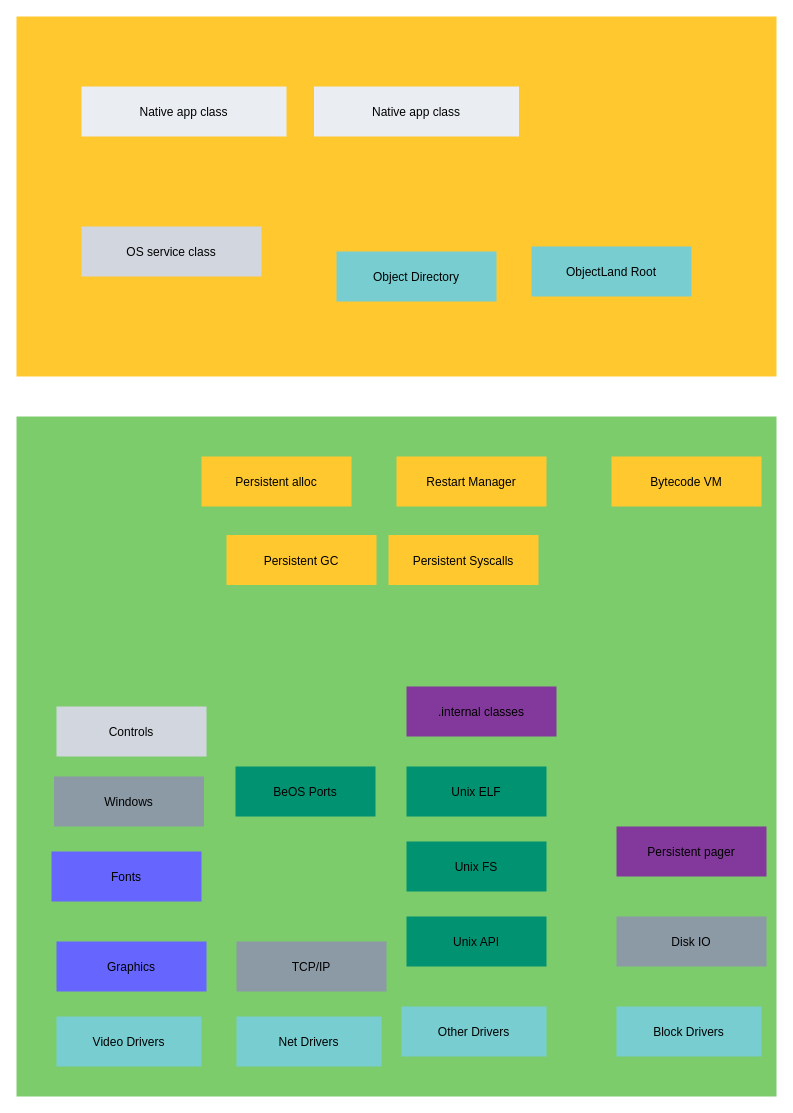
dzavalishin/phantomuserland keeps this draw.io diagram as doc/diagrams/PhantomComponents.drawio. Above is the earlier version. Source tidied: cells renumbered, new cells numbered last; positions are measured from the earlier drawing's top-left corner, leaving out a move shared by most shapes. Both pictures are drawn from the tidied source at 100%, with x=0, y=0 at pixel (16, 16).
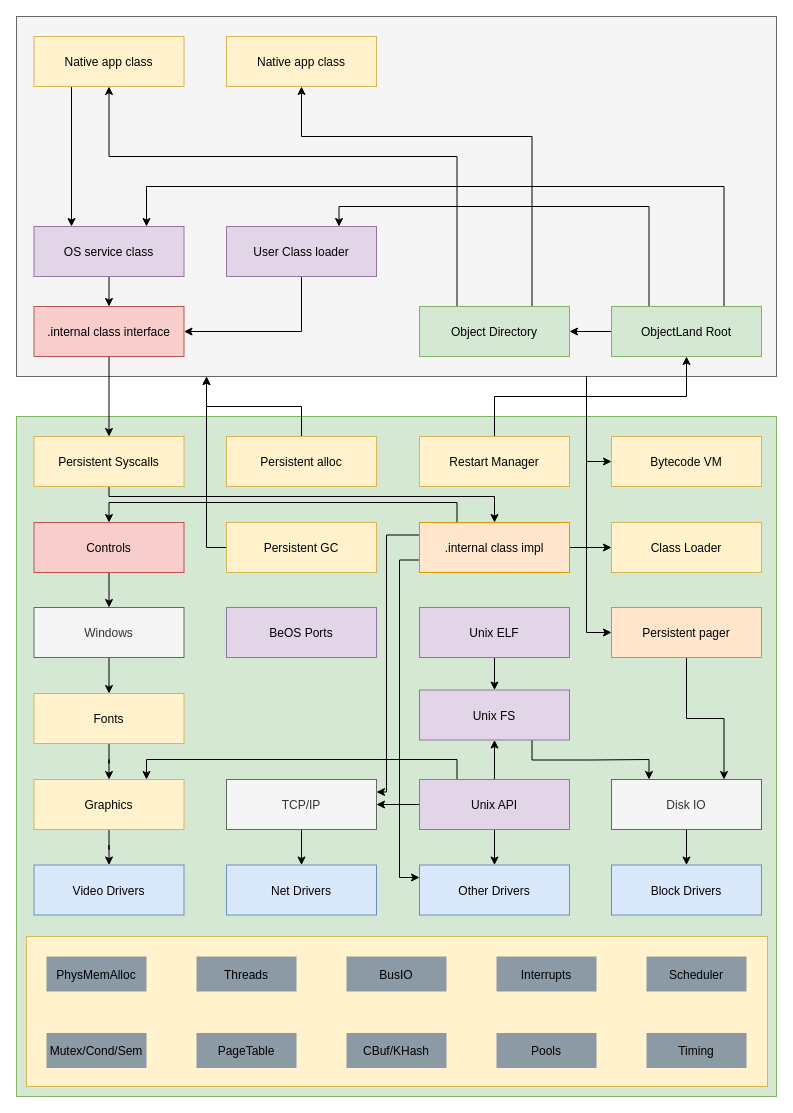
The same diagram, later.

Change to the diagram source:
```diff
@@
-    <mxCell id="2" style="fillColor=#FFC82E;strokeColor=none;" parent="1" vertex="1">
+    <mxCell id="2" style="fillColor=#f5f5f5;strokeColor=#666666;fontColor=#333333;" parent="1" vertex="1">
       <mxGeometry width="760" height="360" as="geometry" />
     </mxCell>
-    <mxCell id="3" style="fillColor=#7CCC6C;strokeColor=none;" parent="1" vertex="1">
+    <mxCell id="3" style="fillColor=#d5e8d4;strokeColor=#82b366;" parent="1" vertex="1">
       <mxGeometry y="400" width="760" height="680" as="geometry" />
     </mxCell>
+    <mxCell id="30" style="edgeStyle=orthogonalEdgeStyle;rounded=0;jettySize=auto;html=1;exitX=0.5;exitY=1;exitDx=0;exitDy=0;entryX=0.5;entryY=0;entryDx=0;entryDy=0;" parent="1" edge="1" source="4" target="6">
+      <mxGeometry relative="1" as="geometry" />
+    </mxCell>
-    <mxCell id="4" value="Disk IO" style="fillColor=#8C9AA6;strokeColor=none;" parent="1" vertex="1">
-      <mxGeometry x="600" y="900" width="150" height="50" as="geometry" />
+    <mxCell id="4" value="Disk IO" style="fillColor=#f5f5f5;strokeColor=#666666;fontColor=#333333;imageHeight=24;imageWidth=120;" parent="1" vertex="1">
+      <mxGeometry x="595" y="763" width="150" height="50" as="geometry" />
     </mxCell>
+    <mxCell id="31" style="edgeStyle=orthogonalEdgeStyle;rounded=0;jettySize=auto;html=1;exitX=0.5;exitY=1;exitDx=0;exitDy=0;entryX=0.75;entryY=0;entryDx=0;entryDy=0;" parent="1" edge="1" source="5" target="4">
+      <mxGeometry relative="1" as="geometry" />
+    </mxCell>
-    <mxCell id="5" value="Persistent pager" style="fillColor=#83389B;strokeColor=none;" parent="1" vertex="1">
-      <mxGeometry x="600" y="810" width="150" height="50" as="geometry" />
+    <mxCell id="5" value="Persistent pager" style="fillColor=#ffe6cc;strokeColor=#d79b00;imageHeight=24;imageWidth=120;" parent="1" vertex="1">
+      <mxGeometry x="595" y="591" width="150" height="50" as="geometry" />
     </mxCell>
-    <mxCell id="6" value="Block Drivers" style="fillColor=#78CDD1;strokeColor=none;" parent="1" vertex="1">
-      <mxGeometry x="600" y="990" width="145" height="50" as="geometry" />
+    <mxCell id="6" value="Block Drivers" style="fillColor=#dae8fc;strokeColor=#6c8ebf;imageHeight=24;imageWidth=120;" parent="1" vertex="1">
+      <mxGeometry x="595" y="848.5" width="150" height="50" as="geometry" />
     </mxCell>
-    <mxCell id="7" value="Bytecode VM" style="fillColor=#FFC82E;strokeColor=none;" parent="1" vertex="1">
-      <mxGeometry x="595" y="440" width="150" height="50" as="geometry" />
+    <mxCell id="7" value="Bytecode VM" style="fillColor=#fff2cc;strokeColor=#d6b656;imageHeight=24;imageWidth=120;" parent="1" vertex="1">
+      <mxGeometry x="595" y="420" width="150" height="50" as="geometry" />
     </mxCell>
-    <mxCell id="8" value="Video Drivers" style="fillColor=#78CDD1;strokeColor=none;" parent="1" vertex="1">
-      <mxGeometry x="40" y="1000" width="145" height="50" as="geometry" />
+    <mxCell id="8" value="Video Drivers" style="fillColor=#dae8fc;strokeColor=#6c8ebf;imageHeight=24;imageWidth=120;" parent="1" vertex="1">
+      <mxGeometry x="17.5" y="848.5" width="150" height="50" as="geometry" />
     </mxCell>
+    <mxCell id="32" style="edgeStyle=orthogonalEdgeStyle;rounded=0;jettySize=auto;html=1;exitX=0.5;exitY=0;exitDx=0;exitDy=0;" parent="1" edge="1" source="9" target="28">
+      <mxGeometry relative="1" as="geometry" />
+    </mxCell>
-    <mxCell id="9" value="Restart Manager" style="fillColor=#FFC82E;strokeColor=none;" parent="1" vertex="1">
-      <mxGeometry x="380" y="440" width="150" height="50" as="geometry" />
+    <mxCell id="9" value="Restart Manager" style="fillColor=#fff2cc;strokeColor=#d6b656;imageHeight=24;imageWidth=120;" parent="1" vertex="1">
+      <mxGeometry x="403" y="420" width="150" height="50" as="geometry" />
     </mxCell>
+    <mxCell id="33" style="edgeStyle=orthogonalEdgeStyle;rounded=0;jettySize=auto;html=1;exitX=0.5;exitY=0;exitDx=0;exitDy=0;entryX=0.25;entryY=1;entryDx=0;entryDy=0;" parent="1" edge="1" source="10" target="2">
+      <mxGeometry relative="1" as="geometry" />
+    </mxCell>
-    <mxCell id="10" value="Persistent alloc" style="fillColor=#FFC82E;strokeColor=none;" parent="1" vertex="1">
-      <mxGeometry x="185" y="440" width="150" height="50" as="geometry" />
+    <mxCell id="10" value="Persistent alloc" style="fillColor=#fff2cc;strokeColor=#d6b656;imageHeight=24;imageWidth=120;" parent="1" vertex="1">
+      <mxGeometry x="210" y="420" width="150" height="50" as="geometry" />
     </mxCell>
+    <mxCell id="34" style="edgeStyle=orthogonalEdgeStyle;rounded=0;jettySize=auto;html=1;exitX=0;exitY=0.5;exitDx=0;exitDy=0;" parent="1" edge="1" source="11">
+      <mxGeometry relative="1" as="geometry">
+        <mxPoint x="190" y="360" as="targetPoint" />
+      </mxGeometry>
+    </mxCell>
-    <mxCell id="11" value="Persistent GC" style="fillColor=#FFC82E;strokeColor=none;" parent="1" vertex="1">
-      <mxGeometry x="210" y="518.5" width="150" height="50" as="geometry" />
+    <mxCell id="11" value="Persistent GC" style="fillColor=#fff2cc;strokeColor=#d6b656;imageHeight=24;imageWidth=120;" parent="1" vertex="1">
+      <mxGeometry x="210" y="506" width="150" height="50" as="geometry" />
     </mxCell>
+    <mxCell id="35" style="edgeStyle=orthogonalEdgeStyle;rounded=0;jettySize=auto;html=1;exitX=0.5;exitY=1;exitDx=0;exitDy=0;entryX=0.5;entryY=0;entryDx=0;entryDy=0;" parent="1" edge="1" source="12" target="15">
+      <mxGeometry relative="1" as="geometry" />
+    </mxCell>
-    <mxCell id="12" value="Windows" style="fillColor=#8C9AA6;strokeColor=none;" parent="1" vertex="1">
-      <mxGeometry x="37.5" y="760" width="150" height="50" as="geometry" />
+    <mxCell id="12" value="Windows" style="fillColor=#f5f5f5;strokeColor=#666666;fontColor=#333333;imageHeight=24;imageWidth=120;" parent="1" vertex="1">
+      <mxGeometry x="17.5" y="591" width="150" height="50" as="geometry" />
     </mxCell>
+    <mxCell id="36" style="edgeStyle=orthogonalEdgeStyle;rounded=0;jettySize=auto;html=1;exitX=0.5;exitY=1;exitDx=0;exitDy=0;entryX=0.5;entryY=0;entryDx=0;entryDy=0;" parent="1" edge="1" source="13" target="12">
+      <mxGeometry relative="1" as="geometry" />
+    </mxCell>
-    <mxCell id="13" value="Controls" style="fillColor=#D2D6DF;strokeColor=none;" parent="1" vertex="1">
-      <mxGeometry x="40" y="690" width="150" height="50" as="geometry" />
+    <mxCell id="13" value="Controls" style="fillColor=#f8cecc;strokeColor=#b85450;imageHeight=24;imageWidth=120;" parent="1" vertex="1">
+      <mxGeometry x="17.5" y="506" width="150" height="50" as="geometry" />
     </mxCell>
+    <mxCell id="37" style="edgeStyle=orthogonalEdgeStyle;rounded=0;jettySize=auto;html=1;exitX=0.5;exitY=1;exitDx=0;exitDy=0;" parent="1" edge="1" source="14" target="8">
+      <mxGeometry relative="1" as="geometry" />
+    </mxCell>
-    <mxCell id="14" value="Graphics" style="fillColor=#6666FF;strokeColor=none;" parent="1" vertex="1">
-      <mxGeometry x="40" y="925" width="150" height="50" as="geometry" />
+    <mxCell id="14" value="Graphics" style="fillColor=#fff2cc;strokeColor=#d6b656;imageHeight=24;imageWidth=120;" parent="1" vertex="1">
+      <mxGeometry x="17.5" y="763" width="150" height="50" as="geometry" />
     </mxCell>
+    <mxCell id="38" style="edgeStyle=orthogonalEdgeStyle;rounded=0;jettySize=auto;html=1;exitX=0.5;exitY=1;exitDx=0;exitDy=0;" parent="1" edge="1" source="15" target="14">
+      <mxGeometry relative="1" as="geometry" />
+    </mxCell>
-    <mxCell id="15" value="Fonts" style="fillColor=#6666FF;strokeColor=none;" parent="1" vertex="1">
-      <mxGeometry x="35" y="835" width="150" height="50" as="geometry" />
+    <mxCell id="15" value="Fonts" style="fillColor=#fff2cc;strokeColor=#d6b656;imageHeight=24;imageWidth=120;" parent="1" vertex="1">
+      <mxGeometry x="17.5" y="677" width="150" height="50" as="geometry" />
     </mxCell>
-    <mxCell id="16" value="Net Drivers" style="fillColor=#78CDD1;strokeColor=none;" parent="1" vertex="1">
-      <mxGeometry x="220" y="1000" width="145" height="50" as="geometry" />
+    <mxCell id="16" value="Net Drivers" style="fillColor=#dae8fc;strokeColor=#6c8ebf;imageHeight=24;imageWidth=120;" parent="1" vertex="1">
+      <mxGeometry x="210" y="848.5" width="150" height="50" as="geometry" />
     </mxCell>
+    <mxCell id="39" style="edgeStyle=orthogonalEdgeStyle;rounded=0;jettySize=auto;html=1;exitX=0.5;exitY=1;exitDx=0;exitDy=0;entryX=0.5;entryY=0;entryDx=0;entryDy=0;" parent="1" edge="1" source="17" target="16">
+      <mxGeometry relative="1" as="geometry" />
+    </mxCell>
-    <mxCell id="17" value="TCP/IP" style="fillColor=#8C9AA6;strokeColor=none;" parent="1" vertex="1">
-      <mxGeometry x="220" y="925" width="150" height="50" as="geometry" />
+    <mxCell id="17" value="TCP/IP" style="fillColor=#f5f5f5;strokeColor=#666666;fontColor=#333333;imageHeight=24;imageWidth=120;" parent="1" vertex="1">
+      <mxGeometry x="210" y="763" width="150" height="50" as="geometry" />
     </mxCell>
+    <mxCell id="40" style="edgeStyle=orthogonalEdgeStyle;rounded=0;jettySize=auto;html=1;exitX=0.25;exitY=0;exitDx=0;exitDy=0;entryX=0.5;entryY=0;entryDx=0;entryDy=0;" parent="1" edge="1" source="18" target="13">
+      <mxGeometry relative="1" as="geometry" />
+    </mxCell>
+    <mxCell id="41" style="edgeStyle=orthogonalEdgeStyle;rounded=0;jettySize=auto;html=1;exitX=1;exitY=0.5;exitDx=0;exitDy=0;entryX=0;entryY=0.5;entryDx=0;entryDy=0;" parent="1" edge="1" source="18" target="71">
+      <mxGeometry relative="1" as="geometry" />
+    </mxCell>
+    <mxCell id="42" style="edgeStyle=orthogonalEdgeStyle;rounded=0;jettySize=auto;html=1;exitX=0;exitY=0.25;exitDx=0;exitDy=0;entryX=1;entryY=0.25;entryDx=0;entryDy=0;" parent="1" edge="1" source="18" target="17">
+      <mxGeometry relative="1" as="geometry">
+        <Array as="points">
+          <mxPoint x="370" y="519" />
+          <mxPoint x="370" y="776" />
+        </Array>
+      </mxGeometry>
+    </mxCell>
+    <mxCell id="43" style="edgeStyle=orthogonalEdgeStyle;rounded=0;jettySize=auto;html=1;exitX=0;exitY=0.75;exitDx=0;exitDy=0;entryX=0;entryY=0.25;entryDx=0;entryDy=0;" parent="1" edge="1" source="18" target="19">
+      <mxGeometry relative="1" as="geometry" />
+    </mxCell>
-    <mxCell id="18" value=".internal classes" style="fillColor=#83389B;strokeColor=none;" parent="1" vertex="1">
-      <mxGeometry x="390" y="670" width="150" height="50" as="geometry" />
+    <mxCell id="18" value=".internal class impl" style="fillColor=#ffe6cc;strokeColor=#d79b00;imageHeight=24;imageWidth=120;" parent="1" vertex="1">
+      <mxGeometry x="403" y="506" width="150" height="50" as="geometry" />
     </mxCell>
-    <mxCell id="19" value="Other Drivers" style="fillColor=#78CDD1;strokeColor=none;" parent="1" vertex="1">
-      <mxGeometry x="385" y="990" width="145" height="50" as="geometry" />
+    <mxCell id="19" value="Other Drivers" style="fillColor=#dae8fc;strokeColor=#6c8ebf;imageHeight=24;imageWidth=120;" parent="1" vertex="1">
+      <mxGeometry x="403" y="848.5" width="150" height="50" as="geometry" />
     </mxCell>
+    <mxCell id="44" style="edgeStyle=orthogonalEdgeStyle;rounded=0;jettySize=auto;html=1;exitX=0.75;exitY=1;exitDx=0;exitDy=0;entryX=0.25;entryY=0;entryDx=0;entryDy=0;" parent="1" edge="1" source="20" target="4">
+      <mxGeometry relative="1" as="geometry" />
+    </mxCell>
-    <mxCell id="20" value="Unix FS" style="fillColor=#009271;strokeColor=none;" parent="1" vertex="1">
-      <mxGeometry x="390" y="825" width="140" height="50" as="geometry" />
+    <mxCell id="20" value="Unix FS" style="fillColor=#e1d5e7;strokeColor=#9673a6;imageHeight=24;imageWidth=120;" parent="1" vertex="1">
+      <mxGeometry x="403" y="673.5" width="150" height="50" as="geometry" />
     </mxCell>
+    <mxCell id="45" style="edgeStyle=orthogonalEdgeStyle;rounded=0;jettySize=auto;html=1;exitX=0.5;exitY=0;exitDx=0;exitDy=0;entryX=0.5;entryY=1;entryDx=0;entryDy=0;" parent="1" edge="1" source="21" target="20">
+      <mxGeometry relative="1" as="geometry" />
+    </mxCell>
+    <mxCell id="46" style="edgeStyle=orthogonalEdgeStyle;rounded=0;jettySize=auto;html=1;exitX=0;exitY=0.5;exitDx=0;exitDy=0;entryX=1;entryY=0.5;entryDx=0;entryDy=0;" parent="1" edge="1" source="21" target="17">
+      <mxGeometry relative="1" as="geometry" />
+    </mxCell>
+    <mxCell id="47" style="edgeStyle=orthogonalEdgeStyle;rounded=0;jettySize=auto;html=1;exitX=0.5;exitY=1;exitDx=0;exitDy=0;entryX=0.5;entryY=0;entryDx=0;entryDy=0;" parent="1" edge="1" source="21" target="19">
+      <mxGeometry relative="1" as="geometry" />
+    </mxCell>
+    <mxCell id="48" style="edgeStyle=orthogonalEdgeStyle;rounded=0;jettySize=auto;html=1;exitX=0.25;exitY=0;exitDx=0;exitDy=0;entryX=0.75;entryY=0;entryDx=0;entryDy=0;" parent="1" edge="1" source="21" target="14">
+      <mxGeometry relative="1" as="geometry" />
+    </mxCell>
-    <mxCell id="21" value="Unix API" style="fillColor=#009271;strokeColor=none;" parent="1" vertex="1">
-      <mxGeometry x="390" y="900" width="140" height="50" as="geometry" />
+    <mxCell id="21" value="Unix API" style="fillColor=#e1d5e7;strokeColor=#9673a6;imageHeight=24;imageWidth=120;" parent="1" vertex="1">
+      <mxGeometry x="403" y="763" width="150" height="50" as="geometry" />
     </mxCell>
+    <mxCell id="49" style="edgeStyle=orthogonalEdgeStyle;rounded=0;jettySize=auto;html=1;exitX=0.5;exitY=1;exitDx=0;exitDy=0;entryX=0.5;entryY=0;entryDx=0;entryDy=0;" parent="1" edge="1" source="22" target="20">
+      <mxGeometry relative="1" as="geometry" />
+    </mxCell>
-    <mxCell id="22" value="Unix ELF" style="fillColor=#009271;strokeColor=none;" parent="1" vertex="1">
-      <mxGeometry x="390" y="750" width="140" height="50" as="geometry" />
+    <mxCell id="22" value="Unix ELF" style="fillColor=#e1d5e7;strokeColor=#9673a6;imageHeight=24;imageWidth=120;" parent="1" vertex="1">
+      <mxGeometry x="403" y="591" width="150" height="50" as="geometry" />
     </mxCell>
-    <mxCell id="23" value="BeOS Ports" style="fillColor=#009271;strokeColor=none;" parent="1" vertex="1">
-      <mxGeometry x="219" y="750" width="140" height="50" as="geometry" />
+    <mxCell id="23" value="BeOS Ports" style="fillColor=#e1d5e7;strokeColor=#9673a6;imageHeight=24;imageWidth=120;" parent="1" vertex="1">
+      <mxGeometry x="210" y="591" width="150" height="50" as="geometry" />
     </mxCell>
+    <mxCell id="50" style="edgeStyle=orthogonalEdgeStyle;rounded=0;jettySize=auto;html=1;exitX=0.5;exitY=1;exitDx=0;exitDy=0;" parent="1" edge="1" source="24" target="18">
+      <mxGeometry relative="1" as="geometry">
+        <Array as="points">
+          <mxPoint x="93" y="480" />
+          <mxPoint x="478" y="480" />
+        </Array>
+      </mxGeometry>
+    </mxCell>
-    <mxCell id="24" value="Persistent Syscalls" style="fillColor=#FFC82E;strokeColor=none;" parent="1" vertex="1">
-      <mxGeometry x="372" y="518.5" width="150" height="50" as="geometry" />
+    <mxCell id="24" value="Persistent Syscalls" style="fillColor=#fff2cc;strokeColor=#d6b656;imageHeight=24;imageWidth=120;" parent="1" vertex="1">
+      <mxGeometry x="17.5" y="420" width="150" height="50" as="geometry" />
     </mxCell>
+    <mxCell id="51" style="edgeStyle=orthogonalEdgeStyle;rounded=0;jettySize=auto;html=1;exitX=0.25;exitY=1;exitDx=0;exitDy=0;entryX=0.25;entryY=0;entryDx=0;entryDy=0;" parent="1" edge="1" source="25" target="26">
+      <mxGeometry relative="1" as="geometry" />
+    </mxCell>
-    <mxCell id="25" value="Native app class" style="fillColor=#EAEDF2;strokeColor=none;" parent="1" vertex="1">
-      <mxGeometry x="65" y="70" width="205" height="50" as="geometry" />
+    <mxCell id="25" value="Native app class" style="fillColor=#fff2cc;strokeColor=#d6b656;imageHeight=24;imageWidth=120;" parent="1" vertex="1">
+      <mxGeometry x="17.5" y="20" width="150" height="50" as="geometry" />
     </mxCell>
+    <mxCell id="52" style="edgeStyle=orthogonalEdgeStyle;rounded=0;jettySize=auto;html=1;exitX=0.5;exitY=1;exitDx=0;exitDy=0;entryX=0.5;entryY=0;entryDx=0;entryDy=0;" parent="1" edge="1" source="26" target="59">
+      <mxGeometry relative="1" as="geometry" />
+    </mxCell>
-    <mxCell id="26" value="OS service class" style="fillColor=#D2D6DF;strokeColor=none;" parent="1" vertex="1">
-      <mxGeometry x="65" y="210" width="180" height="50" as="geometry" />
+    <mxCell id="26" value="OS service class" style="fillColor=#e1d5e7;strokeColor=#9673a6;imageHeight=24;imageWidth=120;" parent="1" vertex="1">
+      <mxGeometry x="17.5" y="210" width="150" height="50" as="geometry" />
     </mxCell>
+    <mxCell id="53" style="edgeStyle=orthogonalEdgeStyle;rounded=0;jettySize=auto;html=1;exitX=0.25;exitY=0;exitDx=0;exitDy=0;entryX=0.5;entryY=1;entryDx=0;entryDy=0;" parent="1" edge="1" source="27" target="25">
+      <mxGeometry relative="1" as="geometry">
+        <Array as="points">
+          <mxPoint x="441" y="140" />
+          <mxPoint x="93" y="140" />
+        </Array>
+      </mxGeometry>
+    </mxCell>
+    <mxCell id="54" style="edgeStyle=orthogonalEdgeStyle;rounded=0;jettySize=auto;html=1;exitX=0.75;exitY=0;exitDx=0;exitDy=0;" parent="1" edge="1" source="27" target="29">
+      <mxGeometry relative="1" as="geometry">
+        <Array as="points">
+          <mxPoint x="516" y="120" />
+          <mxPoint x="285" y="120" />
+        </Array>
+      </mxGeometry>
+    </mxCell>
-    <mxCell id="27" value="Object Directory" style="fillColor=#78CDD1;strokeColor=none;" parent="1" vertex="1">
-      <mxGeometry x="320" y="235" width="160" height="50" as="geometry" />
+    <mxCell id="27" value="Object Directory" style="fillColor=#d5e8d4;strokeColor=#82b366;imageHeight=24;imageWidth=120;" parent="1" vertex="1">
+      <mxGeometry x="403" y="290" width="150" height="50" as="geometry" />
     </mxCell>
+    <mxCell id="55" style="edgeStyle=orthogonalEdgeStyle;rounded=0;jettySize=auto;html=1;exitX=0.25;exitY=0;exitDx=0;exitDy=0;entryX=0.75;entryY=0;entryDx=0;entryDy=0;" parent="1" edge="1" source="28" target="70">
+      <mxGeometry relative="1" as="geometry" />
+    </mxCell>
+    <mxCell id="56" style="edgeStyle=orthogonalEdgeStyle;rounded=0;jettySize=auto;html=1;exitX=0.75;exitY=0;exitDx=0;exitDy=0;entryX=0.75;entryY=0;entryDx=0;entryDy=0;" parent="1" edge="1" source="28" target="26">
+      <mxGeometry relative="1" as="geometry">
+        <Array as="points">
+          <mxPoint x="708" y="170" />
+          <mxPoint x="130" y="170" />
+        </Array>
+      </mxGeometry>
+    </mxCell>
+    <mxCell id="57" style="edgeStyle=orthogonalEdgeStyle;rounded=0;jettySize=auto;html=1;exitX=0;exitY=0.5;exitDx=0;exitDy=0;entryX=1;entryY=0.5;entryDx=0;entryDy=0;" parent="1" edge="1" source="28" target="27">
+      <mxGeometry relative="1" as="geometry" />
+    </mxCell>
-    <mxCell id="28" value="ObjectLand Root" style="fillColor=#78CDD1;strokeColor=none;" parent="1" vertex="1">
-      <mxGeometry x="515" y="230" width="160" height="50" as="geometry" />
+    <mxCell id="28" value="ObjectLand Root" style="fillColor=#d5e8d4;strokeColor=#82b366;imageHeight=24;imageWidth=120;" parent="1" vertex="1">
+      <mxGeometry x="595" y="290" width="150" height="50" as="geometry" />
     </mxCell>
-    <mxCell id="29" value="Native app class" style="fillColor=#EAEDF2;strokeColor=none;" parent="1" vertex="1">
-      <mxGeometry x="297.5" y="70" width="205" height="50" as="geometry" />
+    <mxCell id="29" value="Native app class" style="fillColor=#fff2cc;strokeColor=#d6b656;imageHeight=24;imageWidth=120;" parent="1" vertex="1">
+      <mxGeometry x="210" y="20" width="150" height="50" as="geometry" />
     </mxCell>
+    <mxCell id="58" style="edgeStyle=orthogonalEdgeStyle;rounded=0;jettySize=auto;html=1;exitX=0.5;exitY=1;exitDx=0;exitDy=0;" parent="1" edge="1" source="59" target="24">
+      <mxGeometry relative="1" as="geometry" />
+    </mxCell>
+    <mxCell id="59" value=".internal class interface" style="fillColor=#f8cecc;strokeColor=#b85450;imageHeight=24;imageWidth=120;" parent="1" vertex="1">
+      <mxGeometry x="17.5" y="290" width="150" height="50" as="geometry" />
+    </mxCell>
+    <mxCell id="60" style="fillColor=#fff2cc;strokeColor=#d6b656;" parent="1" vertex="1">
+      <mxGeometry x="10" y="920" width="741" height="150" as="geometry" />
+    </mxCell>
+    <mxCell id="61" value="PhysMemAlloc" style="fillColor=#8C9AA6;strokeColor=none;flipV=0;" parent="1" vertex="1">
+      <mxGeometry x="30" y="940" width="100" height="35" as="geometry" />
+    </mxCell>
+    <mxCell id="62" value="Threads" style="fillColor=#8C9AA6;strokeColor=none;" parent="1" vertex="1">
+      <mxGeometry x="180" y="940" width="100" height="35" as="geometry" />
+    </mxCell>
+    <mxCell id="63" value="BusIO" style="fillColor=#8C9AA6;strokeColor=none;" parent="1" vertex="1">
+      <mxGeometry x="330" y="940" width="100" height="35" as="geometry" />
+    </mxCell>
+    <mxCell id="64" value="Interrupts" style="fillColor=#8C9AA6;strokeColor=none;" parent="1" vertex="1">
+      <mxGeometry x="480" y="940" width="100" height="35" as="geometry" />
+    </mxCell>
+    <mxCell id="65" value="Mutex/Cond/Sem" style="fillColor=#8C9AA6;strokeColor=none;flipV=0;" parent="1" vertex="1">
+      <mxGeometry x="30" y="1016.5" width="100" height="35" as="geometry" />
+    </mxCell>
+    <mxCell id="66" value="PageTable" style="fillColor=#8C9AA6;strokeColor=none;" parent="1" vertex="1">
+      <mxGeometry x="180" y="1016.5" width="100" height="35" as="geometry" />
+    </mxCell>
+    <mxCell id="67" value="CBuf/KHash" style="fillColor=#8C9AA6;strokeColor=none;" parent="1" vertex="1">
+      <mxGeometry x="330" y="1016.5" width="100" height="35" as="geometry" />
+    </mxCell>
+    <mxCell id="68" value="Pools" style="fillColor=#8C9AA6;strokeColor=none;" parent="1" vertex="1">
+      <mxGeometry x="480" y="1016.5" width="100" height="35" as="geometry" />
+    </mxCell>
+    <mxCell id="69" style="edgeStyle=orthogonalEdgeStyle;rounded=0;jettySize=auto;html=1;exitX=0.5;exitY=1;exitDx=0;exitDy=0;entryX=1;entryY=0.5;entryDx=0;entryDy=0;" parent="1" edge="1" source="70" target="59">
+      <mxGeometry relative="1" as="geometry" />
+    </mxCell>
+    <mxCell id="70" value="User Class loader" style="fillColor=#e1d5e7;strokeColor=#9673a6;imageHeight=24;imageWidth=120;" parent="1" vertex="1">
+      <mxGeometry x="210" y="210" width="150" height="50" as="geometry" />
+    </mxCell>
+    <mxCell id="71" value="Class Loader" style="fillColor=#fff2cc;strokeColor=#d6b656;imageHeight=24;imageWidth=120;" parent="1" vertex="1">
+      <mxGeometry x="595" y="506" width="150" height="50" as="geometry" />
+    </mxCell>
+    <mxCell id="72" value="Scheduler" style="fillColor=#8C9AA6;strokeColor=none;" parent="1" vertex="1">
+      <mxGeometry x="630" y="940" width="100" height="35" as="geometry" />
+    </mxCell>
+    <mxCell id="73" value="Timing" style="fillColor=#8C9AA6;strokeColor=none;" parent="1" vertex="1">
+      <mxGeometry x="630" y="1016.5" width="100" height="35" as="geometry" />
+    </mxCell>
+    <mxCell id="74" style="edgeStyle=orthogonalEdgeStyle;rounded=0;jettySize=auto;html=1;exitX=0.75;exitY=1;exitDx=0;exitDy=0;entryX=0;entryY=0.5;entryDx=0;entryDy=0;" parent="1" edge="1" source="2" target="5">
+      <mxGeometry relative="1" as="geometry" />
+    </mxCell>
+    <mxCell id="75" style="edgeStyle=orthogonalEdgeStyle;rounded=0;jettySize=auto;html=1;exitX=0.75;exitY=1;exitDx=0;exitDy=0;entryX=0;entryY=0.5;entryDx=0;entryDy=0;" parent="1" edge="1" source="2" target="7">
+      <mxGeometry relative="1" as="geometry" />
+    </mxCell>
```
